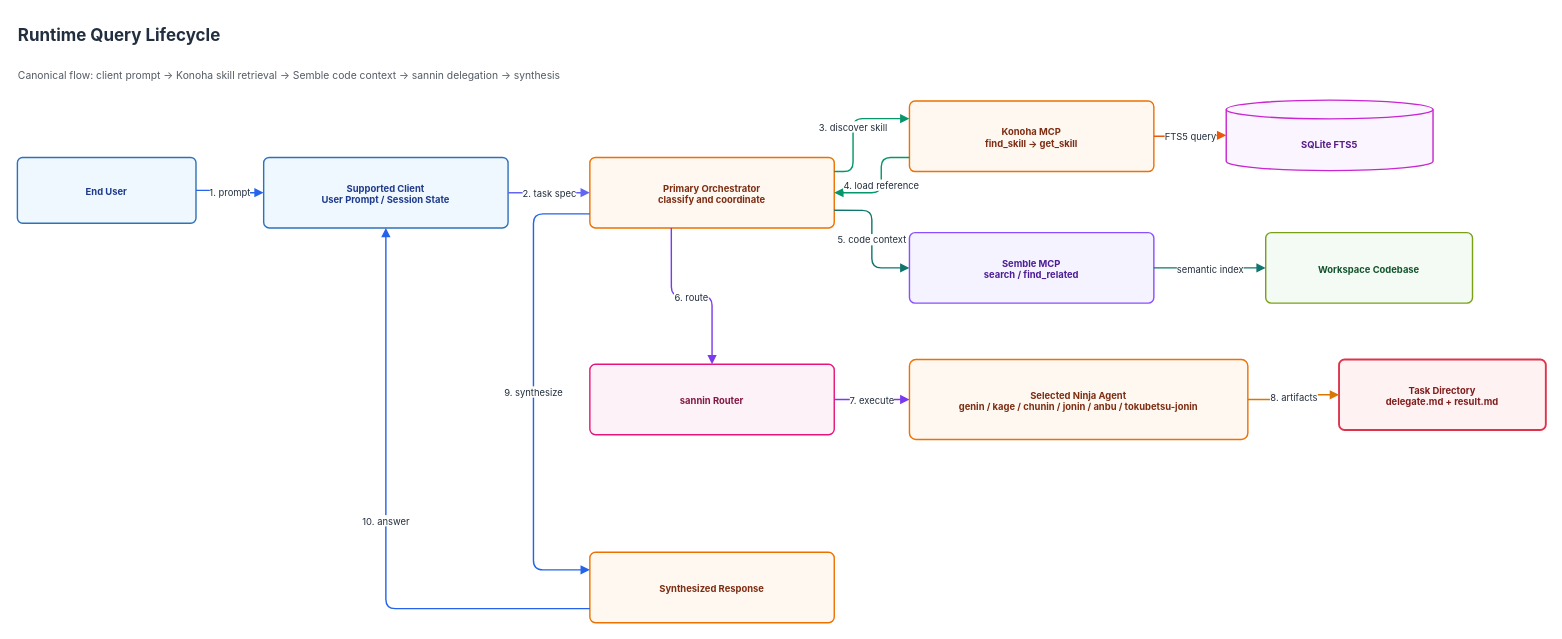
Above: page "02 Runtime Query Lifecycle" (2 of 15) of docs/diagrams/konoha-enterprise-architecture.drawio in andycungkrinx91/konoha (draw.io), before the change. Source tidied: cells renumbered, new cells numbered last; positions are measured from the earlier drawing's top-left corner, leaving out a move shared by most shapes. Both pictures are drawn from the tidied source at 94%, with x=0, y=0 at pixel (16, 16).
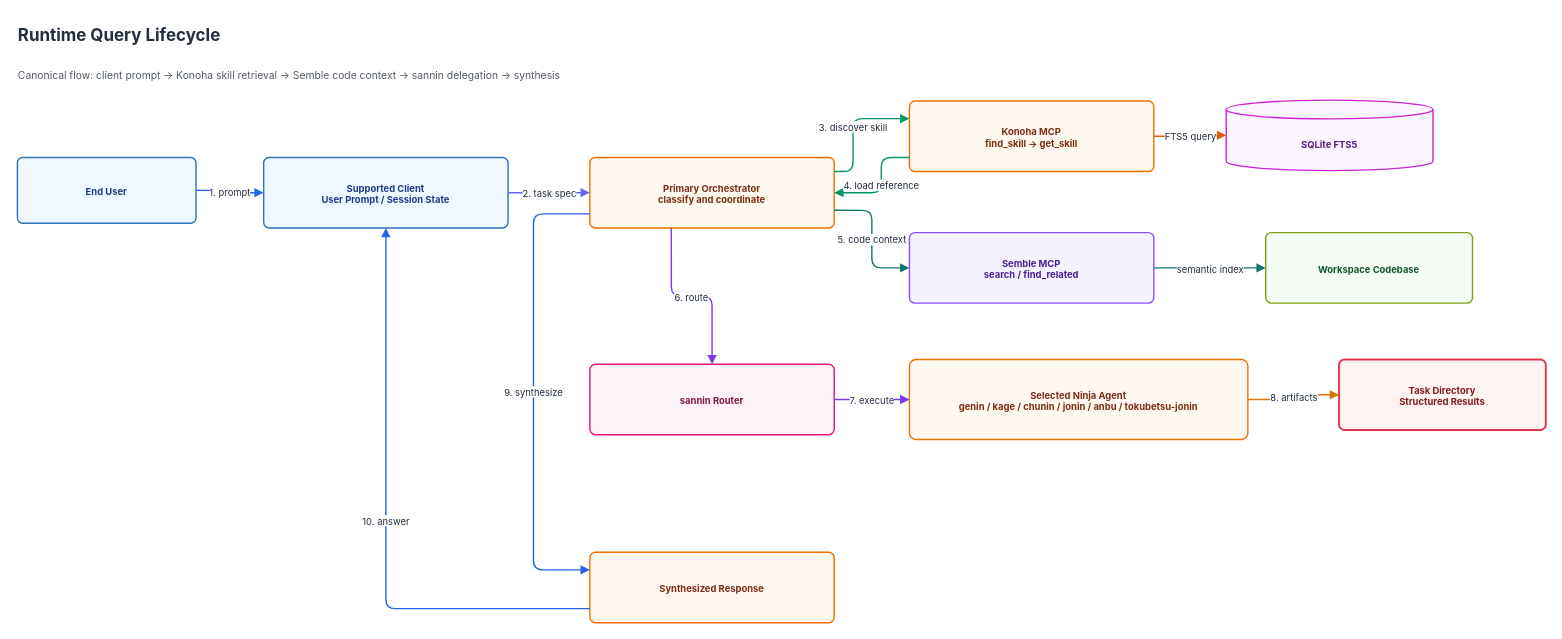
The same page after the edit.

Diff of the diagram source:
```diff
@@
-    <mxCell id="13" value="Task Directory&#10;delegate.md + result.md" style="rounded=1;arcSize=8;html=1;whiteSpace=wrap;fillColor=#FEF2F2;strokeColor=#DD344C;strokeWidth=2;fontFamily=Inter, system-ui, -apple-system;fontSize=10;fontColor=#7F1D1D;fontStyle=1;shadow=0;" parent="1" vertex="1">
+    <mxCell id="13" value="Task Directory&#10;Structured Results" style="rounded=1;arcSize=8;html=1;whiteSpace=wrap;fillColor=#FEF2F2;strokeColor=#DD344C;strokeWidth=2;fontFamily=Inter, system-ui, -apple-system;fontSize=10;fontColor=#7F1D1D;fontStyle=1;shadow=0;" parent="1" vertex="1">
       <mxGeometry x="1407" y="365" width="220" height="75" as="geometry" />
     </mxCell>
```
